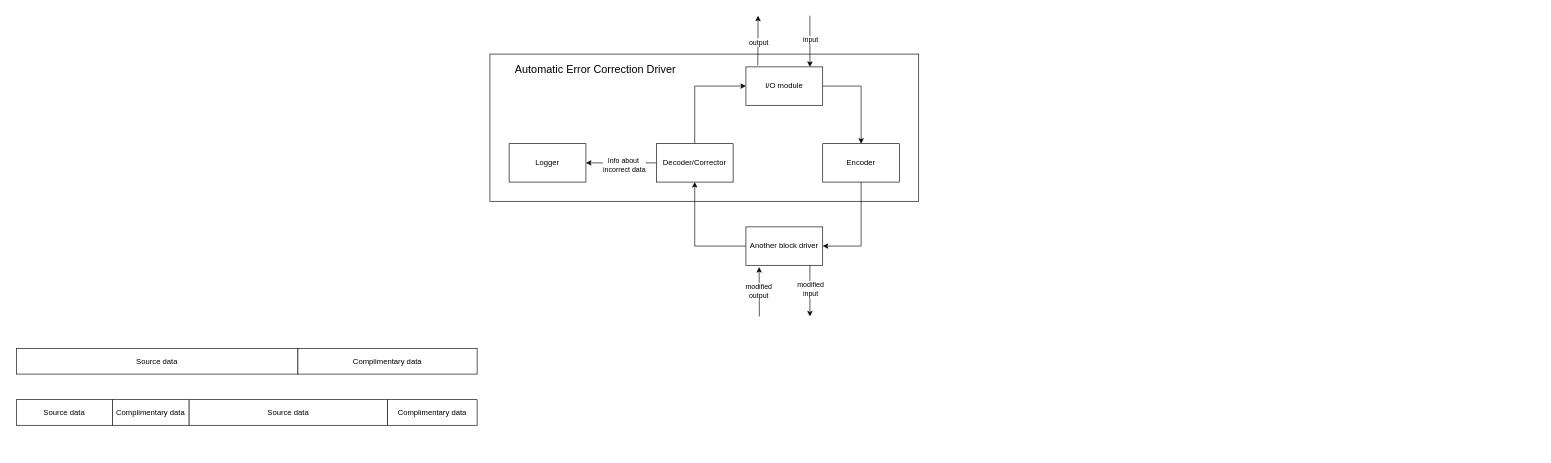
Earlier version of the draw.io diagram docs/ECCD.drawio (Dx-by-Dy/Automatic-Error-Correction-Driver). Source tidied: cells renumbered, new cells numbered last; positions are measured from the earlier drawing's top-left corner, leaving out a move shared by most shapes. Both pictures are drawn from the tidied source at 64%, with x=0, y=0 at pixel (16, 15).
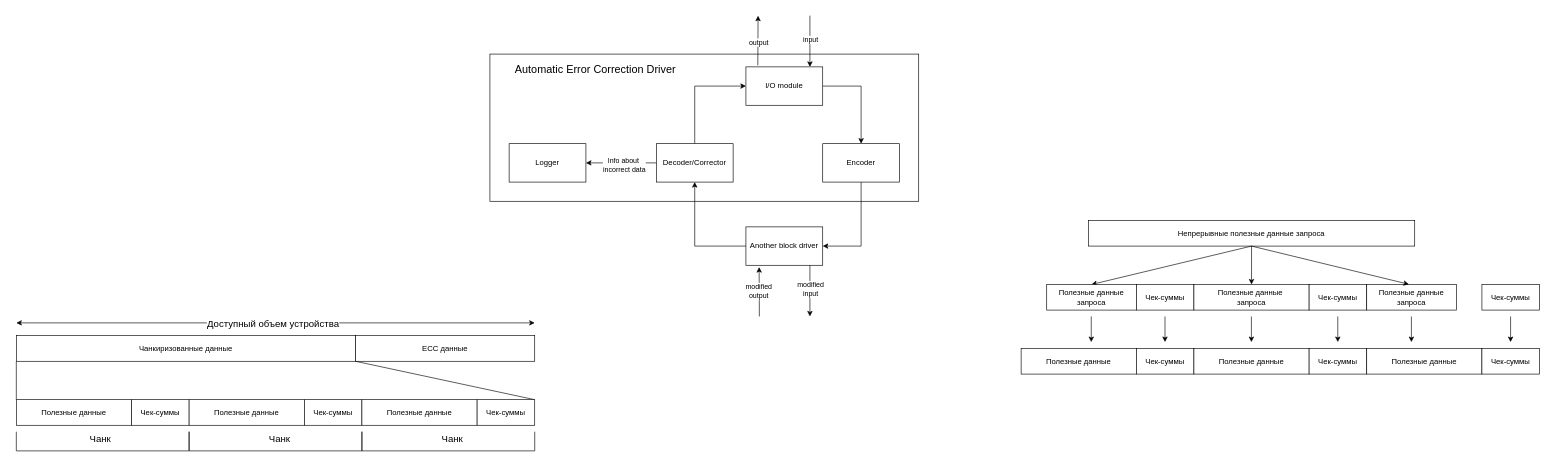
After the change.

Change to the diagram source:
```diff
@@
-    <mxCell id="23" value="Source data" style="rounded=0;whiteSpace=wrap;html=1;" parent="1" vertex="1">
-      <mxGeometry y="520" width="440" height="40" as="geometry" />
+    <mxCell id="23" value="Чанкиризованные данные" style="rounded=0;whiteSpace=wrap;html=1;" parent="1" vertex="1">
+      <mxGeometry y="500" width="530" height="40" as="geometry" />
     </mxCell>
-    <mxCell id="24" value="Complimentary data" style="rounded=0;whiteSpace=wrap;html=1;" parent="1" vertex="1">
-      <mxGeometry x="440" y="520" width="280" height="40" as="geometry" />
+    <mxCell id="24" value="ECC данные" style="rounded=0;whiteSpace=wrap;html=1;" parent="1" vertex="1">
+      <mxGeometry x="530" y="500" width="280" height="40" as="geometry" />
     </mxCell>
-    <mxCell id="25" value="Source data" style="rounded=0;whiteSpace=wrap;html=1;" parent="1" vertex="1">
-      <mxGeometry y="600" width="150" height="40" as="geometry" />
+    <mxCell id="25" value="Полезные данные" style="rounded=0;whiteSpace=wrap;html=1;" parent="1" vertex="1">
+      <mxGeometry y="600" width="180" height="40" as="geometry" />
     </mxCell>
-    <mxCell id="26" value="Complimentary data" style="rounded=0;whiteSpace=wrap;html=1;" parent="1" vertex="1">
-      <mxGeometry x="150" y="600" width="120" height="40" as="geometry" />
+    <mxCell id="26" value="Чек-суммы" style="rounded=0;whiteSpace=wrap;html=1;" parent="1" vertex="1">
+      <mxGeometry x="180" y="600" width="90" height="40" as="geometry" />
     </mxCell>
-    <mxCell id="27" value="Source data" style="rounded=0;whiteSpace=wrap;html=1;" parent="1" vertex="1">
-      <mxGeometry x="270" y="600" width="310" height="40" as="geometry" />
-    </mxCell>
-    <mxCell id="28" value="Complimentary data" style="rounded=0;whiteSpace=wrap;html=1;" parent="1" vertex="1">
-      <mxGeometry x="580" y="600" width="140" height="40" as="geometry" />
-    </mxCell>
+    <mxCell id="29" style="endArrow=none;html=1;rounded=0;exitX=0;exitY=1;exitDx=0;exitDy=0;entryX=0;entryY=0;entryDx=0;entryDy=0;" parent="1" edge="1" source="23" target="25">
+      <mxGeometry relative="1" as="geometry" />
+    </mxCell>
+    <mxCell id="30" style="endArrow=none;html=1;rounded=0;exitX=1;exitY=1;exitDx=0;exitDy=0;entryX=1;entryY=0;entryDx=0;entryDy=0;" parent="1" edge="1" source="23" target="40">
+      <mxGeometry relative="1" as="geometry" />
+    </mxCell>
+    <mxCell id="31" style="endArrow=none;html=1;rounded=0;" parent="1" edge="1">
+      <mxGeometry relative="1" as="geometry">
+        <mxPoint y="650" as="sourcePoint" />
+        <mxPoint x="270" y="650" as="targetPoint" />
+        <Array as="points">
+          <mxPoint y="680" />
+          <mxPoint x="270" y="680" />
+        </Array>
+      </mxGeometry>
+    </mxCell>
+    <mxCell id="32" value="Чанк" style="edgeLabel;html=1;align=center;verticalAlign=middle;fontSize=15;" parent="31" vertex="1">
+      <mxGeometry x="-0.05" y="2" relative="1" as="geometry">
+        <mxPoint x="3" y="-18" as="offset" />
+      </mxGeometry>
+    </mxCell>
+    <mxCell id="33" style="endArrow=none;html=1;rounded=0;" parent="1" edge="1">
+      <mxGeometry relative="1" as="geometry">
+        <mxPoint x="270" y="650" as="sourcePoint" />
+        <mxPoint x="540" y="650" as="targetPoint" />
+        <Array as="points">
+          <mxPoint x="270" y="680" />
+          <mxPoint x="540" y="680" />
+        </Array>
+      </mxGeometry>
+    </mxCell>
+    <mxCell id="34" value="Чанк" style="edgeLabel;html=1;align=center;verticalAlign=middle;fontSize=15;" parent="33" vertex="1">
+      <mxGeometry x="-0.05" y="2" relative="1" as="geometry">
+        <mxPoint x="13" y="-18" as="offset" />
+      </mxGeometry>
+    </mxCell>
+    <mxCell id="35" style="endArrow=none;html=1;rounded=0;" parent="1" edge="1">
+      <mxGeometry relative="1" as="geometry">
+        <mxPoint x="540" y="650" as="sourcePoint" />
+        <mxPoint x="810" y="650" as="targetPoint" />
+        <Array as="points">
+          <mxPoint x="540" y="680" />
+          <mxPoint x="810" y="680" />
+        </Array>
+      </mxGeometry>
+    </mxCell>
+    <mxCell id="36" value="Чанк" style="edgeLabel;html=1;align=center;verticalAlign=middle;fontSize=15;" parent="35" vertex="1">
+      <mxGeometry x="-0.05" y="2" relative="1" as="geometry">
+        <mxPoint x="13" y="-18" as="offset" />
+      </mxGeometry>
+    </mxCell>
+    <mxCell id="37" value="Полезные данные" style="rounded=0;whiteSpace=wrap;html=1;" parent="1" vertex="1">
+      <mxGeometry x="270" y="600" width="180" height="40" as="geometry" />
+    </mxCell>
+    <mxCell id="38" value="Чек-суммы" style="rounded=0;whiteSpace=wrap;html=1;" parent="1" vertex="1">
+      <mxGeometry x="450" y="600" width="90" height="40" as="geometry" />
+    </mxCell>
+    <mxCell id="39" value="Полезные данные" style="rounded=0;whiteSpace=wrap;html=1;" parent="1" vertex="1">
+      <mxGeometry x="540" y="600" width="180" height="40" as="geometry" />
+    </mxCell>
+    <mxCell id="40" value="Чек-суммы" style="rounded=0;whiteSpace=wrap;html=1;" parent="1" vertex="1">
+      <mxGeometry x="720" y="600" width="90" height="40" as="geometry" />
+    </mxCell>
+    <mxCell id="41" style="endArrow=classic;startArrow=classic;html=1;rounded=0;" parent="1" edge="1">
+      <mxGeometry relative="1" as="geometry">
+        <mxPoint y="480" as="sourcePoint" />
+        <mxPoint x="810" y="480" as="targetPoint" />
+      </mxGeometry>
+    </mxCell>
+    <mxCell id="42" value="Доступный объем устройства" style="edgeLabel;html=1;align=center;verticalAlign=middle;fontSize=15;" parent="41" vertex="1">
+      <mxGeometry x="0.03" relative="1" as="geometry">
+        <mxPoint x="-17" as="offset" />
+      </mxGeometry>
+    </mxCell>
+    <mxCell id="43" value="Непрерывные полезные данные запроса" style="rounded=0;whiteSpace=wrap;html=1;" parent="1" vertex="1">
+      <mxGeometry x="1675" y="320" width="510" height="40" as="geometry" />
+    </mxCell>
+    <mxCell id="44" value="Полезные данные" style="rounded=0;whiteSpace=wrap;html=1;" parent="1" vertex="1">
+      <mxGeometry x="1570" y="520" width="180" height="40" as="geometry" />
+    </mxCell>
+    <mxCell id="45" value="Чек-суммы" style="rounded=0;whiteSpace=wrap;html=1;" parent="1" vertex="1">
+      <mxGeometry x="1750" y="520" width="90" height="40" as="geometry" />
+    </mxCell>
+    <mxCell id="46" value="Полезные данные" style="rounded=0;whiteSpace=wrap;html=1;" parent="1" vertex="1">
+      <mxGeometry x="1840" y="520" width="180" height="40" as="geometry" />
+    </mxCell>
+    <mxCell id="47" value="Чек-суммы" style="rounded=0;whiteSpace=wrap;html=1;" parent="1" vertex="1">
+      <mxGeometry x="2020" y="520" width="90" height="40" as="geometry" />
+    </mxCell>
+    <mxCell id="48" value="Полезные данные" style="rounded=0;whiteSpace=wrap;html=1;" parent="1" vertex="1">
+      <mxGeometry x="2110" y="520" width="180" height="40" as="geometry" />
+    </mxCell>
+    <mxCell id="49" value="Чек-суммы" style="rounded=0;whiteSpace=wrap;html=1;" parent="1" vertex="1">
+      <mxGeometry x="2290" y="520" width="90" height="40" as="geometry" />
+    </mxCell>
+    <mxCell id="50" style="endArrow=classic;html=1;rounded=0;entryX=0.5;entryY=0;entryDx=0;entryDy=0;exitX=0.5;exitY=1;exitDx=0;exitDy=0;" parent="1" edge="1" source="43" target="51">
+      <mxGeometry relative="1" as="geometry" />
+    </mxCell>
+    <mxCell id="51" value="Полезные данные запроса" style="rounded=0;whiteSpace=wrap;html=1;" parent="1" vertex="1">
+      <mxGeometry x="1610" y="420" width="140" height="40" as="geometry" />
+    </mxCell>
+    <mxCell id="52" value="Чек-суммы" style="rounded=0;whiteSpace=wrap;html=1;" parent="1" vertex="1">
+      <mxGeometry x="1750" y="420" width="90" height="40" as="geometry" />
+    </mxCell>
+    <mxCell id="53" style="endArrow=classic;html=1;rounded=0;" parent="1" edge="1">
+      <mxGeometry relative="1" as="geometry">
+        <mxPoint x="1679.6" y="470" as="sourcePoint" />
+        <mxPoint x="1679.6" y="510" as="targetPoint" />
+      </mxGeometry>
+    </mxCell>
+    <mxCell id="54" value="Полезные данные&amp;nbsp;&lt;div&gt;запроса&lt;/div&gt;" style="rounded=0;whiteSpace=wrap;html=1;" parent="1" vertex="1">
+      <mxGeometry x="1840" y="420" width="180" height="40" as="geometry" />
+    </mxCell>
+    <mxCell id="55" value="Чек-суммы" style="rounded=0;whiteSpace=wrap;html=1;" parent="1" vertex="1">
+      <mxGeometry x="2020" y="420" width="90" height="40" as="geometry" />
+    </mxCell>
+    <mxCell id="56" value="Полезные данные запроса" style="rounded=0;whiteSpace=wrap;html=1;" parent="1" vertex="1">
+      <mxGeometry x="2110" y="420" width="140" height="40" as="geometry" />
+    </mxCell>
+    <mxCell id="57" value="Чек-суммы" style="rounded=0;whiteSpace=wrap;html=1;" parent="1" vertex="1">
+      <mxGeometry x="2290" y="420" width="90" height="40" as="geometry" />
+    </mxCell>
+    <mxCell id="58" style="endArrow=classic;html=1;rounded=0;" parent="1" edge="1">
+      <mxGeometry relative="1" as="geometry">
+        <mxPoint x="1794.8" y="470" as="sourcePoint" />
+        <mxPoint x="1794.8" y="510" as="targetPoint" />
+      </mxGeometry>
+    </mxCell>
+    <mxCell id="59" style="endArrow=classic;html=1;rounded=0;" parent="1" edge="1">
+      <mxGeometry relative="1" as="geometry">
+        <mxPoint x="2064.8" y="470" as="sourcePoint" />
+        <mxPoint x="2064.8" y="510" as="targetPoint" />
+      </mxGeometry>
+    </mxCell>
+    <mxCell id="60" style="endArrow=classic;html=1;rounded=0;" parent="1" edge="1">
+      <mxGeometry relative="1" as="geometry">
+        <mxPoint x="2334.8" y="470" as="sourcePoint" />
+        <mxPoint x="2334.8" y="510" as="targetPoint" />
+      </mxGeometry>
+    </mxCell>
+    <mxCell id="61" style="endArrow=classic;html=1;rounded=0;" parent="1" edge="1">
+      <mxGeometry relative="1" as="geometry">
+        <mxPoint x="2179.8" y="470" as="sourcePoint" />
+        <mxPoint x="2179.8" y="510" as="targetPoint" />
+      </mxGeometry>
+    </mxCell>
+    <mxCell id="62" style="endArrow=classic;html=1;rounded=0;" parent="1" edge="1">
+      <mxGeometry relative="1" as="geometry">
+        <mxPoint x="1929.8" y="470" as="sourcePoint" />
+        <mxPoint x="1929.8" y="510" as="targetPoint" />
+      </mxGeometry>
+    </mxCell>
+    <mxCell id="63" style="endArrow=classic;html=1;rounded=0;entryX=0.471;entryY=-0.007;entryDx=0;entryDy=0;entryPerimeter=0;exitX=0.5;exitY=1;exitDx=0;exitDy=0;" parent="1" edge="1" source="43" target="56">
+      <mxGeometry relative="1" as="geometry" />
+    </mxCell>
+    <mxCell id="64" style="endArrow=classic;html=1;rounded=0;entryX=0.5;entryY=0;entryDx=0;entryDy=0;exitX=0.5;exitY=1;exitDx=0;exitDy=0;" parent="1" edge="1" source="43" target="54">
+      <mxGeometry relative="1" as="geometry" />
+    </mxCell>
```
